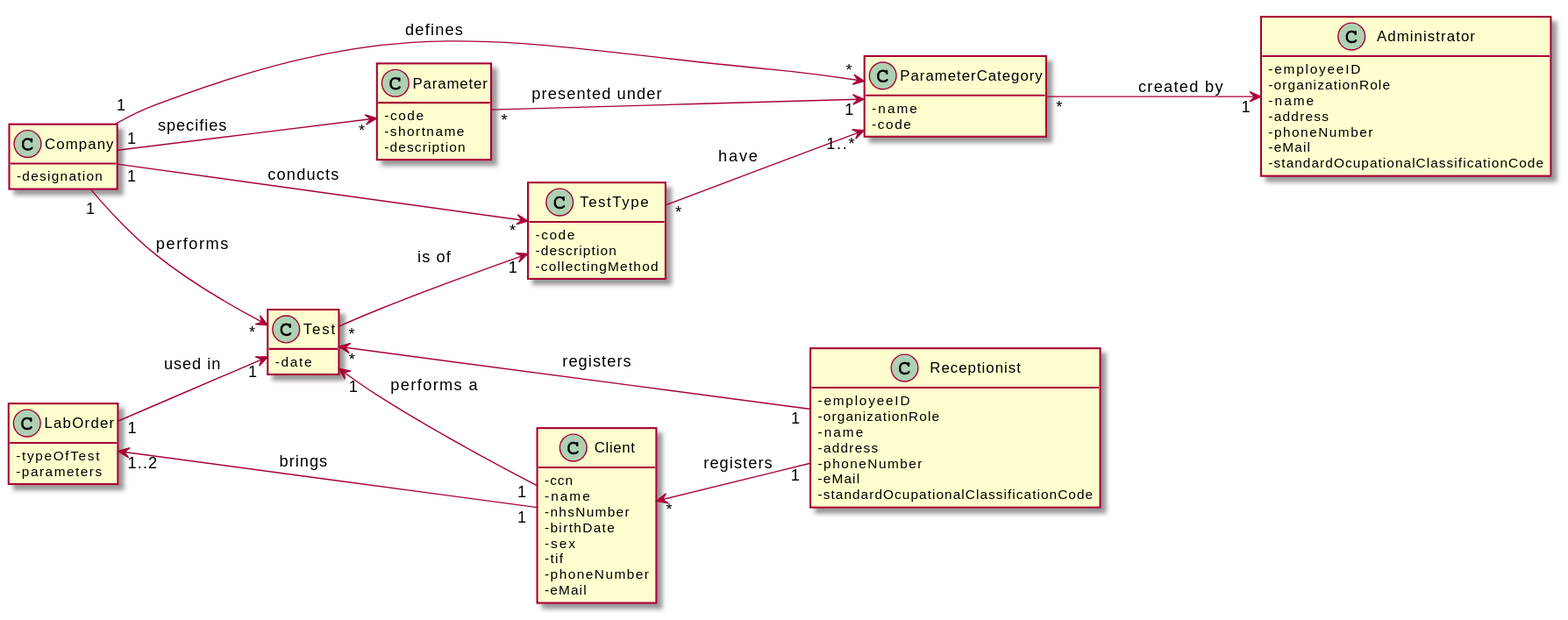
RuiRioPina/LAPR2-20-21 keeps this PlantUML diagram as docs/SprintC/US_4/US4_MD.svg. Above is the earlier version.
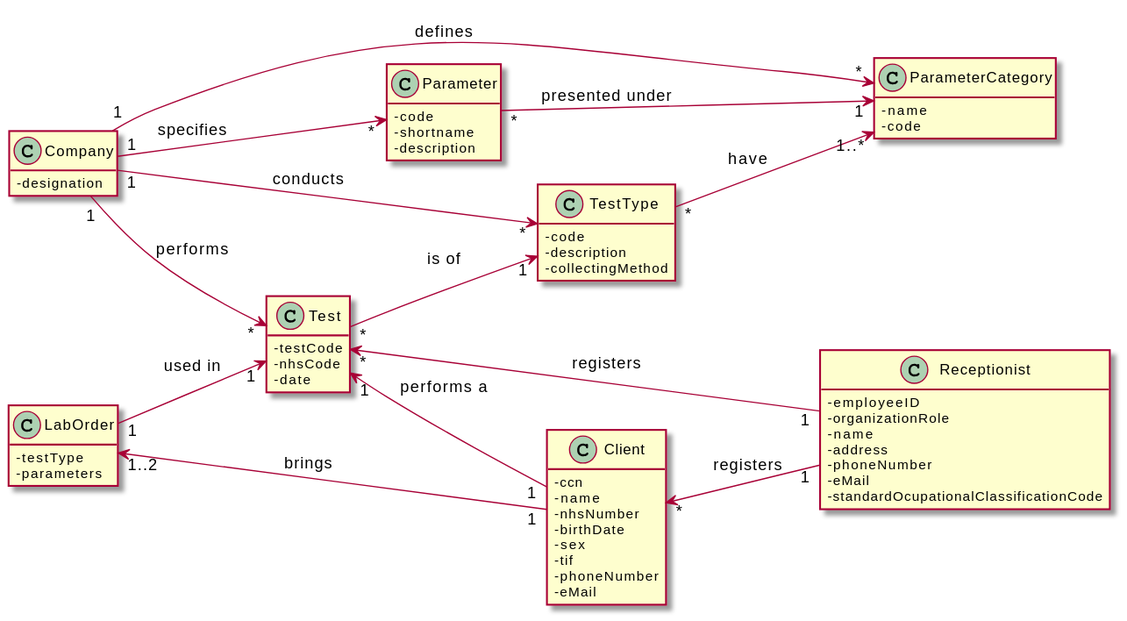
Later version of the same file.

The edit, as a diff of the source:
```diff
@@ -14,16 +14,9 @@
 }
 
 class Test {
-}
-
-class Administrator {
-  -employeeID
-  -organizationRole
-  -name
-  -address
-  -phoneNumber
-  -eMail
-  -standardOcupationalClassificationCode
+-testCode
+-nhsCode
+-date
 }
 
 class ParameterCategory {
@@ -52,12 +45,10 @@
 -eMail
 }
 Class LabOrder{
--typeOfTest
+-testType
 -parameters
 }
-Class Test{
--date
-}
+
 class Parameter {
  -code
  -shortname
@@ -72,7 +63,6 @@
 
 LabOrder "1" --> "1" Test : used in
 Parameter "*" --> "1" ParameterCategory : presented under
-ParameterCategory "*" --> "1" Administrator : created by
 
 Company "1" --> "*" Parameter : specifies
 LabOrder "1..2" <-- "1" Client: brings
```
